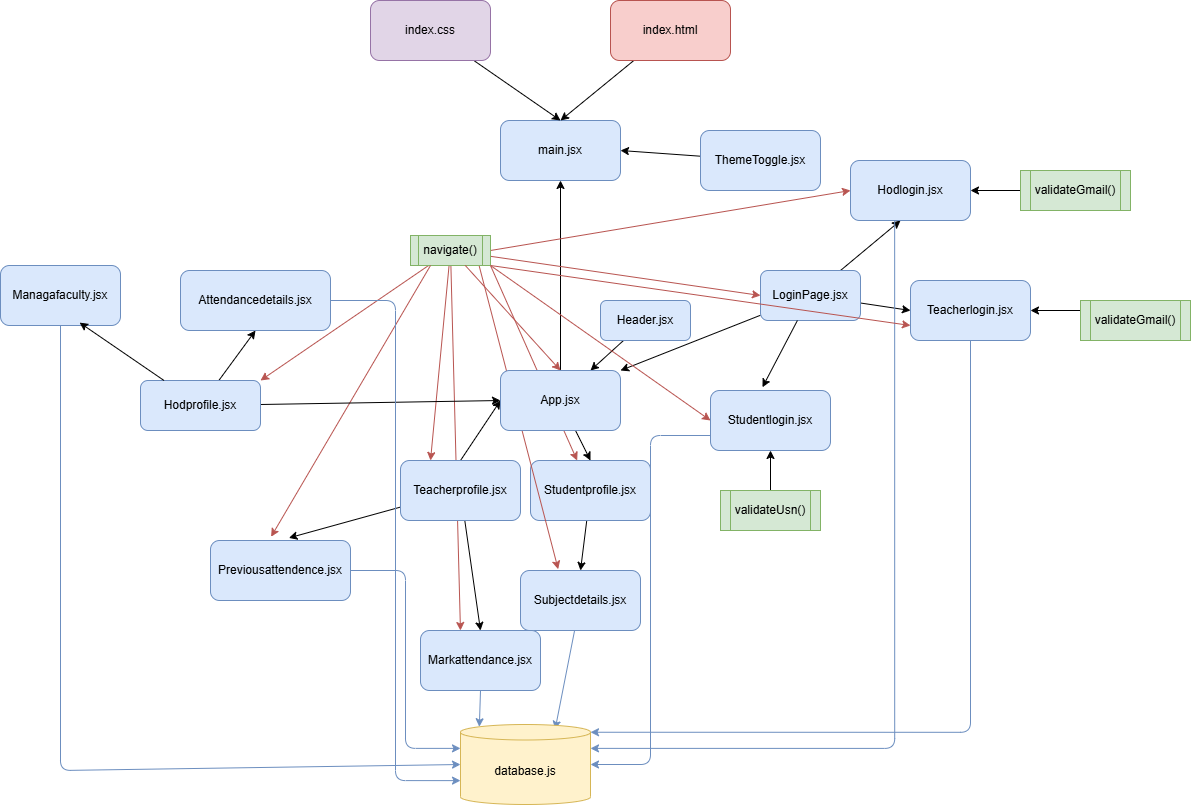
The draw.io diagram Diagram.drawio.png in Rohan-Shridhar/Attendance-Tracker, before a commit. Source tidied: cells renumbered, new cells last; positions are measured from the earlier drawing's top-left corner, leaving out a move shared by most shapes. Source of this version:
```xml
<mxGraphModel>
  <root>
    <mxCell id="0" />
    <mxCell id="1" parent="0" />
    <mxCell id="2" value="main.jsx" style="rounded=1;whiteSpace=wrap;html=1;fillColor=#dae8fc;strokeColor=#6c8ebf;" parent="1" vertex="1">
      <mxGeometry x="500" y="120" width="120" height="60" as="geometry" />
    </mxCell>
    <mxCell id="3" style="edgeStyle=none;html=1;entryX=0.5;entryY=1;entryDx=0;entryDy=0;" parent="1" edge="1" source="61" target="2">
      <mxGeometry relative="1" as="geometry" />
    </mxCell>
    <mxCell id="4" style="edgeStyle=none;html=1;entryX=0.5;entryY=0;entryDx=0;entryDy=0;" parent="1" edge="1" source="61" target="14">
      <mxGeometry relative="1" as="geometry" />
    </mxCell>
    <mxCell id="5" style="edgeStyle=none;html=1;entryX=0.75;entryY=0;entryDx=0;entryDy=0;" parent="1" edge="1" source="6" target="61">
      <mxGeometry relative="1" as="geometry" />
    </mxCell>
    <mxCell id="6" value="Header.jsx" style="rounded=1;whiteSpace=wrap;html=1;fillColor=#dae8fc;strokeColor=#6c8ebf;" parent="1" vertex="1">
      <mxGeometry x="600" y="300" width="90" height="40" as="geometry" />
    </mxCell>
    <mxCell id="7" style="edgeStyle=none;html=1;entryX=1;entryY=0;entryDx=0;entryDy=0;" parent="1" edge="1" source="10" target="61">
      <mxGeometry relative="1" as="geometry" />
    </mxCell>
    <mxCell id="8" style="edgeStyle=none;html=1;entryX=0;entryY=0.5;entryDx=0;entryDy=0;" parent="1" edge="1" source="10" target="12">
      <mxGeometry relative="1" as="geometry" />
    </mxCell>
    <mxCell id="9" style="edgeStyle=none;html=1;" parent="1" edge="1" source="10">
      <mxGeometry relative="1" as="geometry">
        <mxPoint x="900" y="220" as="targetPoint" />
      </mxGeometry>
    </mxCell>
    <mxCell id="10" value="LoginPage.jsx" style="rounded=1;whiteSpace=wrap;html=1;fillColor=#dae8fc;strokeColor=#6c8ebf;" parent="1" vertex="1">
      <mxGeometry x="760" y="270" width="100" height="50" as="geometry" />
    </mxCell>
    <mxCell id="11" value="Studentlogin.jsx" style="rounded=1;whiteSpace=wrap;html=1;fillColor=#dae8fc;strokeColor=#6c8ebf;" parent="1" vertex="1">
      <mxGeometry x="710" y="390" width="120" height="60" as="geometry" />
    </mxCell>
    <mxCell id="12" value="Teacherlogin.jsx" style="rounded=1;whiteSpace=wrap;html=1;fillColor=#dae8fc;strokeColor=#6c8ebf;" parent="1" vertex="1">
      <mxGeometry x="910" y="280" width="120" height="60" as="geometry" />
    </mxCell>
    <mxCell id="13" style="edgeStyle=none;html=1;entryX=0.5;entryY=0;entryDx=0;entryDy=0;" parent="1" edge="1" source="14" target="31">
      <mxGeometry relative="1" as="geometry" />
    </mxCell>
    <mxCell id="14" value="Studentprofile.jsx" style="rounded=1;whiteSpace=wrap;html=1;fillColor=#dae8fc;strokeColor=#6c8ebf;" parent="1" vertex="1">
      <mxGeometry x="530" y="460" width="120" height="60" as="geometry" />
    </mxCell>
    <mxCell id="15" style="edgeStyle=none;html=1;entryX=0.5;entryY=0;entryDx=0;entryDy=0;" parent="1" edge="1" source="49" target="42">
      <mxGeometry relative="1" as="geometry" />
    </mxCell>
    <mxCell id="16" style="edgeStyle=elbowEdgeStyle;html=1;fillColor=#dae8fc;strokeColor=#6c8ebf;entryX=0;entryY=0;entryDx=0;entryDy=23.875038146972656;entryPerimeter=0;" parent="1" edge="1" source="51" target="52">
      <mxGeometry relative="1" as="geometry" />
    </mxCell>
    <mxCell id="17" style="edgeStyle=none;html=1;entryX=0;entryY=0.5;entryDx=0;entryDy=0;exitX=0.5;exitY=0;exitDx=0;exitDy=0;" parent="1" edge="1" source="49" target="61">
      <mxGeometry relative="1" as="geometry" />
    </mxCell>
    <mxCell id="18" style="edgeStyle=none;html=1;entryX=0.25;entryY=0;entryDx=0;entryDy=0;fillColor=#f8cecc;strokeColor=#b85450;" parent="1" edge="1" source="26" target="49">
      <mxGeometry relative="1" as="geometry" />
    </mxCell>
    <mxCell id="19" style="edgeStyle=none;html=1;entryX=0;entryY=0.5;entryDx=0;entryDy=0;fillColor=#f8cecc;strokeColor=#b85450;" parent="1" edge="1" source="26" target="10">
      <mxGeometry relative="1" as="geometry" />
    </mxCell>
    <mxCell id="20" style="edgeStyle=none;html=1;entryX=0.314;entryY=-0.022;entryDx=0;entryDy=0;exitX=0.854;exitY=0.967;exitDx=0;exitDy=0;exitPerimeter=0;entryPerimeter=0;fillColor=#f8cecc;strokeColor=#b85450;" parent="1" edge="1" source="26" target="31">
      <mxGeometry relative="1" as="geometry" />
    </mxCell>
    <mxCell id="21" style="edgeStyle=none;html=1;entryX=0;entryY=0.5;entryDx=0;entryDy=0;exitX=1;exitY=1;exitDx=0;exitDy=0;fillColor=#f8cecc;strokeColor=#b85450;" parent="1" edge="1" source="26" target="11">
      <mxGeometry relative="1" as="geometry" />
    </mxCell>
    <mxCell id="22" style="edgeStyle=none;html=1;entryX=0.333;entryY=0;entryDx=0;entryDy=0;entryPerimeter=0;fillColor=#f8cecc;strokeColor=#b85450;" parent="1" edge="1" source="26" target="42">
      <mxGeometry relative="1" as="geometry" />
    </mxCell>
    <mxCell id="23" style="edgeStyle=none;html=1;exitX=1;exitY=1;exitDx=0;exitDy=0;fillColor=#f8cecc;strokeColor=#b85450;" parent="1" edge="1" source="26" target="14">
      <mxGeometry relative="1" as="geometry" />
    </mxCell>
    <mxCell id="24" style="edgeStyle=none;html=1;exitX=1;exitY=0.5;exitDx=0;exitDy=0;entryX=0;entryY=0.5;entryDx=0;entryDy=0;rounded=1;curved=0;strokeColor=#b85450;fillColor=#f8cecc;" parent="1" edge="1" source="26" target="43">
      <mxGeometry relative="1" as="geometry" />
    </mxCell>
    <mxCell id="25" style="edgeStyle=none;html=1;entryX=1;entryY=0;entryDx=0;entryDy=0;fillColor=#f8cecc;strokeColor=#b85450;" parent="1" edge="1" source="26" target="56">
      <mxGeometry relative="1" as="geometry" />
    </mxCell>
    <mxCell id="26" value="navigate()" style="shape=process;whiteSpace=wrap;html=1;backgroundOutline=1;fillColor=#d5e8d4;strokeColor=#82b366;" parent="1" vertex="1">
      <mxGeometry x="410" y="235" width="80" height="30" as="geometry" />
    </mxCell>
    <mxCell id="27" style="edgeStyle=none;html=1;entryX=0.5;entryY=1;entryDx=0;entryDy=0;" parent="1" edge="1" source="48" target="11">
      <mxGeometry relative="1" as="geometry" />
    </mxCell>
    <mxCell id="28" style="edgeStyle=none;html=1;entryX=1;entryY=0.5;entryDx=0;entryDy=0;exitX=0;exitY=0.25;exitDx=0;exitDy=0;" parent="1" edge="1" source="29" target="12">
      <mxGeometry relative="1" as="geometry" />
    </mxCell>
    <mxCell id="29" value="validateGmail()" style="shape=process;whiteSpace=wrap;html=1;backgroundOutline=1;size=0.09090909090909091;fillColor=#d5e8d4;strokeColor=#82b366;" parent="1" vertex="1">
      <mxGeometry x="1080" y="300" width="110" height="40" as="geometry" />
    </mxCell>
    <mxCell id="30" style="edgeStyle=none;html=1;entryX=0.56;entryY=-0.043;entryDx=0;entryDy=0;entryPerimeter=0;" parent="1" edge="1" source="49" target="51">
      <mxGeometry relative="1" as="geometry" />
    </mxCell>
    <mxCell id="31" value="Subjectdetails.jsx" style="rounded=1;whiteSpace=wrap;html=1;fillColor=#dae8fc;strokeColor=#6c8ebf;" parent="1" vertex="1">
      <mxGeometry x="520" y="570" width="120" height="60" as="geometry" />
    </mxCell>
    <mxCell id="32" style="edgeStyle=none;html=1;entryX=0.433;entryY=-0.054;entryDx=0;entryDy=0;entryPerimeter=0;" parent="1" edge="1" source="10" target="11">
      <mxGeometry relative="1" as="geometry" />
    </mxCell>
    <mxCell id="33" style="edgeStyle=none;html=1;entryX=0.5;entryY=0;entryDx=0;entryDy=0;" parent="1" edge="1" source="34" target="2">
      <mxGeometry relative="1" as="geometry" />
    </mxCell>
    <mxCell id="34" value="index.html" style="rounded=1;whiteSpace=wrap;html=1;fillColor=#f8cecc;strokeColor=#b85450;" parent="1" vertex="1">
      <mxGeometry x="610" width="120" height="60" as="geometry" />
    </mxCell>
    <mxCell id="35" style="edgeStyle=none;html=1;entryX=0.5;entryY=0;entryDx=0;entryDy=0;" parent="1" edge="1" source="36" target="2">
      <mxGeometry relative="1" as="geometry" />
    </mxCell>
    <mxCell id="36" value="index.css" style="rounded=1;whiteSpace=wrap;html=1;fillColor=#e1d5e7;strokeColor=#9673a6;" parent="1" vertex="1">
      <mxGeometry x="370" width="120" height="60" as="geometry" />
    </mxCell>
    <mxCell id="37" style="edgeStyle=orthogonalEdgeStyle;html=1;entryX=1;entryY=0;entryDx=0;entryDy=7.7500762939453125;entryPerimeter=0;fillColor=#dae8fc;strokeColor=#6c8ebf;exitX=0.5;exitY=1;exitDx=0;exitDy=0;" parent="1" edge="1" source="12" target="52">
      <mxGeometry relative="1" as="geometry" />
    </mxCell>
    <mxCell id="38" style="edgeStyle=none;html=1;entryX=0.728;entryY=0.06;entryDx=0;entryDy=0;entryPerimeter=0;fillColor=#dae8fc;strokeColor=#6c8ebf;" parent="1" edge="1" source="31" target="52">
      <mxGeometry relative="1" as="geometry" />
    </mxCell>
    <mxCell id="39" style="edgeStyle=elbowEdgeStyle;html=1;exitX=0;exitY=0.75;exitDx=0;exitDy=0;fillColor=#dae8fc;strokeColor=#6c8ebf;" parent="1" edge="1" source="11" target="52">
      <mxGeometry relative="1" as="geometry" />
    </mxCell>
    <mxCell id="40" style="edgeStyle=none;html=1;entryX=1;entryY=0.5;entryDx=0;entryDy=0;" parent="1" edge="1" source="41" target="2">
      <mxGeometry relative="1" as="geometry" />
    </mxCell>
    <mxCell id="41" value="ThemeToggle.jsx" style="rounded=1;whiteSpace=wrap;html=1;fillColor=#dae8fc;strokeColor=#6c8ebf;" parent="1" vertex="1">
      <mxGeometry x="700" y="130" width="120" height="60" as="geometry" />
    </mxCell>
    <mxCell id="42" value="Markattendance.jsx" style="rounded=1;whiteSpace=wrap;html=1;fillColor=#dae8fc;strokeColor=#6c8ebf;" parent="1" vertex="1">
      <mxGeometry x="420" y="630" width="120" height="60" as="geometry" />
    </mxCell>
    <mxCell id="43" value="Hodlogin.jsx" style="rounded=1;whiteSpace=wrap;html=1;fillColor=#dae8fc;strokeColor=#6c8ebf;" parent="1" vertex="1">
      <mxGeometry x="850" y="160" width="120" height="60" as="geometry" />
    </mxCell>
    <mxCell id="44" style="edgeStyle=none;html=1;entryX=1;entryY=0.5;entryDx=0;entryDy=0;" parent="1" edge="1" source="45" target="43">
      <mxGeometry relative="1" as="geometry" />
    </mxCell>
    <mxCell id="45" value="validateGmail()" style="shape=process;whiteSpace=wrap;html=1;backgroundOutline=1;size=0.09090909090909091;fillColor=#d5e8d4;strokeColor=#82b366;" parent="1" vertex="1">
      <mxGeometry x="1020" y="170" width="110" height="40" as="geometry" />
    </mxCell>
    <mxCell id="46" style="edgeStyle=orthogonalEdgeStyle;html=1;entryX=1;entryY=0;entryDx=0;entryDy=23.875038146972656;entryPerimeter=0;exitX=0.368;exitY=1.006;exitDx=0;exitDy=0;exitPerimeter=0;fillColor=#dae8fc;strokeColor=#6c8ebf;" parent="1" edge="1" source="43" target="52">
      <mxGeometry relative="1" as="geometry" />
    </mxCell>
    <mxCell id="47" style="edgeStyle=none;html=1;entryX=0;entryY=0.75;entryDx=0;entryDy=0;exitX=1;exitY=1;exitDx=0;exitDy=0;fillColor=#f8cecc;strokeColor=#b85450;" parent="1" edge="1" source="26" target="12">
      <mxGeometry relative="1" as="geometry" />
    </mxCell>
    <mxCell id="48" value="validateUsn()" style="shape=process;whiteSpace=wrap;html=1;backgroundOutline=1;fillColor=#d5e8d4;strokeColor=#82b366;" parent="1" vertex="1">
      <mxGeometry x="720" y="490" width="100" height="40" as="geometry" />
    </mxCell>
    <mxCell id="49" value="Teacherprofile.jsx" style="rounded=1;whiteSpace=wrap;html=1;fillColor=#dae8fc;strokeColor=#6c8ebf;" parent="1" vertex="1">
      <mxGeometry x="400" y="460" width="120" height="60" as="geometry" />
    </mxCell>
    <mxCell id="50" style="edgeStyle=none;html=1;exitX=0.25;exitY=1;exitDx=0;exitDy=0;entryX=0.433;entryY=-0.063;entryDx=0;entryDy=0;entryPerimeter=0;fillColor=#f8cecc;strokeColor=#b85450;" parent="1" edge="1" source="26" target="51">
      <mxGeometry relative="1" as="geometry" />
    </mxCell>
    <mxCell id="51" value="Previousattendence.jsx" style="rounded=1;whiteSpace=wrap;html=1;fillColor=#dae8fc;strokeColor=#6c8ebf;" parent="1" vertex="1">
      <mxGeometry x="210" y="540" width="140" height="60" as="geometry" />
    </mxCell>
    <mxCell id="52" value="database.js" style="shape=cylinder3;whiteSpace=wrap;html=1;boundedLbl=1;backgroundOutline=1;size=7.7500762939453125;fillColor=#fff2cc;strokeColor=#d6b656;" parent="1" vertex="1">
      <mxGeometry x="460" y="724" width="130" height="80" as="geometry" />
    </mxCell>
    <mxCell id="53" style="edgeStyle=none;html=1;exitX=0.5;exitY=1;exitDx=0;exitDy=0;entryX=0.145;entryY=0;entryDx=0;entryDy=2.2475221252441404;entryPerimeter=0;fillColor=#dae8fc;strokeColor=#6c8ebf;" parent="1" edge="1" source="42" target="52">
      <mxGeometry relative="1" as="geometry" />
    </mxCell>
    <mxCell id="54" style="edgeStyle=none;html=1;entryX=0;entryY=0.5;entryDx=0;entryDy=0;" parent="1" edge="1" source="56" target="61">
      <mxGeometry relative="1" as="geometry" />
    </mxCell>
    <mxCell id="55" style="edgeStyle=none;html=1;entryX=0.5;entryY=1;entryDx=0;entryDy=0;" parent="1" edge="1" source="56" target="58">
      <mxGeometry relative="1" as="geometry" />
    </mxCell>
    <mxCell id="56" value="Hodprofile.jsx" style="rounded=1;whiteSpace=wrap;html=1;fillColor=#dae8fc;strokeColor=#6c8ebf;" parent="1" vertex="1">
      <mxGeometry x="140" y="380" width="120" height="50" as="geometry" />
    </mxCell>
    <mxCell id="57" value="Managafaculty.jsx" style="rounded=1;whiteSpace=wrap;html=1;fillColor=#dae8fc;strokeColor=#6c8ebf;" parent="1" vertex="1">
      <mxGeometry y="265" width="120" height="60" as="geometry" />
    </mxCell>
    <mxCell id="58" value="Attendancedetails.jsx" style="rounded=1;whiteSpace=wrap;html=1;fillColor=#dae8fc;strokeColor=#6c8ebf;" parent="1" vertex="1">
      <mxGeometry x="180" y="270" width="150" height="60" as="geometry" />
    </mxCell>
    <mxCell id="59" style="edgeStyle=orthogonalEdgeStyle;html=1;entryX=0;entryY=0;entryDx=0;entryDy=56.124961853027344;entryPerimeter=0;elbow=vertical;fillColor=#dae8fc;strokeColor=#6c8ebf;" parent="1" edge="1" source="58" target="52">
      <mxGeometry relative="1" as="geometry" />
    </mxCell>
    <mxCell id="60" style="edgeStyle=none;html=1;entryX=0.5;entryY=0;entryDx=0;entryDy=0;exitX=0.684;exitY=0.996;exitDx=0;exitDy=0;exitPerimeter=0;fillColor=#f8cecc;strokeColor=#b85450;" parent="1" edge="1" source="26" target="61">
      <mxGeometry relative="1" as="geometry" />
    </mxCell>
    <mxCell id="61" value="App.jsx" style="rounded=1;whiteSpace=wrap;html=1;fillColor=#dae8fc;strokeColor=#6c8ebf;" parent="1" vertex="1">
      <mxGeometry x="500" y="370" width="120" height="60" as="geometry" />
    </mxCell>
    <mxCell id="62" style="edgeStyle=none;html=1;entryX=0.659;entryY=0.952;entryDx=0;entryDy=0;entryPerimeter=0;" parent="1" edge="1" source="56" target="57">
      <mxGeometry relative="1" as="geometry" />
    </mxCell>
    <mxCell id="63" style="html=1;entryX=0;entryY=0.5;entryDx=0;entryDy=0;entryPerimeter=0;fillColor=#dae8fc;strokeColor=#6c8ebf;" parent="1" edge="1" source="57" target="52">
      <mxGeometry relative="1" as="geometry">
        <Array as="points">
          <mxPoint x="60" y="770" />
        </Array>
      </mxGeometry>
    </mxCell>
  </root>
</mxGraphModel>
```
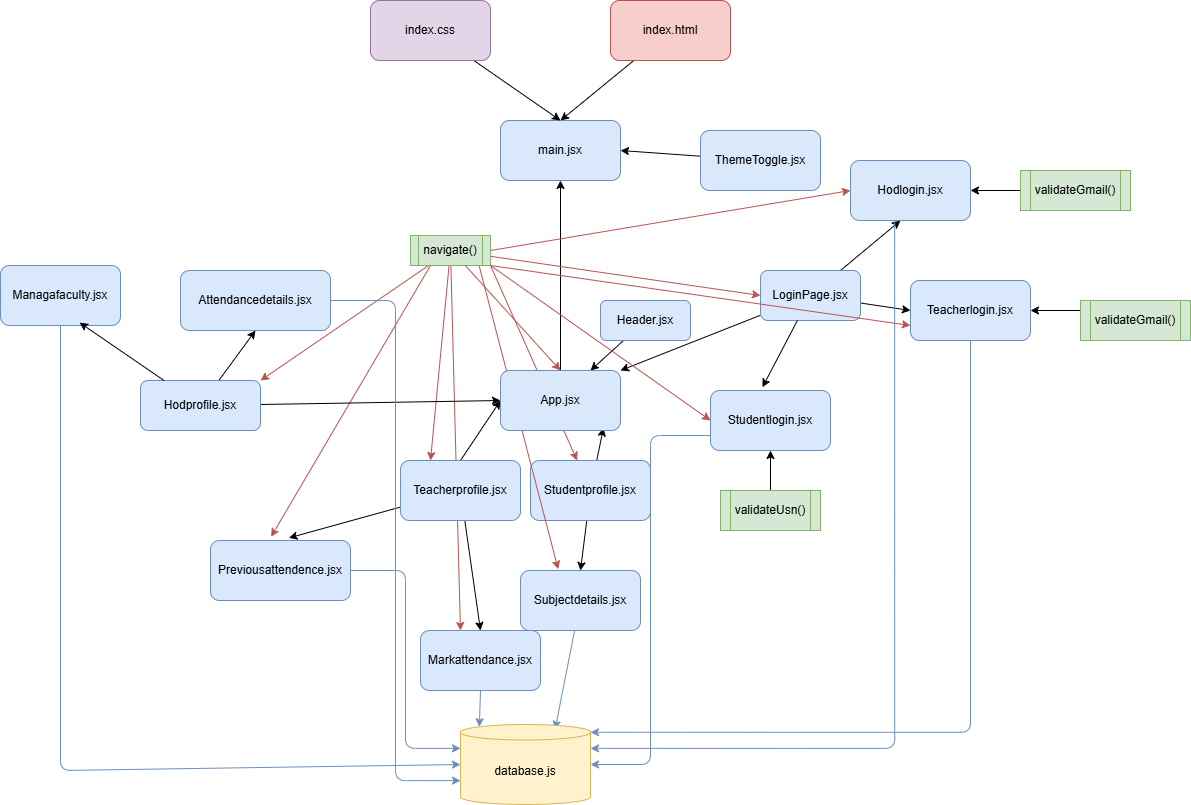
The same diagram one commit later.

The edit, as a diff of the source:
```diff
@@ -8,9 +8,6 @@
     <mxCell id="3" style="edgeStyle=none;html=1;entryX=0.5;entryY=1;entryDx=0;entryDy=0;" parent="1" edge="1" source="61" target="2">
       <mxGeometry relative="1" as="geometry" />
     </mxCell>
-    <mxCell id="4" style="edgeStyle=none;html=1;entryX=0.5;entryY=0;entryDx=0;entryDy=0;" parent="1" edge="1" source="61" target="14">
-      <mxGeometry relative="1" as="geometry" />
-    </mxCell>
     <mxCell id="5" style="edgeStyle=none;html=1;entryX=0.75;entryY=0;entryDx=0;entryDy=0;" parent="1" edge="1" source="6" target="61">
       <mxGeometry relative="1" as="geometry" />
     </mxCell>
@@ -40,6 +37,9 @@
     <mxCell id="13" style="edgeStyle=none;html=1;entryX=0.5;entryY=0;entryDx=0;entryDy=0;" parent="1" edge="1" source="14" target="31">
       <mxGeometry relative="1" as="geometry" />
     </mxCell>
+    <mxCell id="64" style="edgeStyle=none;html=1;entryX=0.858;entryY=0.956;entryDx=0;entryDy=0;entryPerimeter=0;" parent="1" edge="1" source="14" target="61">
+      <mxGeometry relative="1" as="geometry" />
+    </mxCell>
     <mxCell id="14" value="Studentprofile.jsx" style="rounded=1;whiteSpace=wrap;html=1;fillColor=#dae8fc;strokeColor=#6c8ebf;" parent="1" vertex="1">
       <mxGeometry x="530" y="460" width="120" height="60" as="geometry" />
     </mxCell>
```
